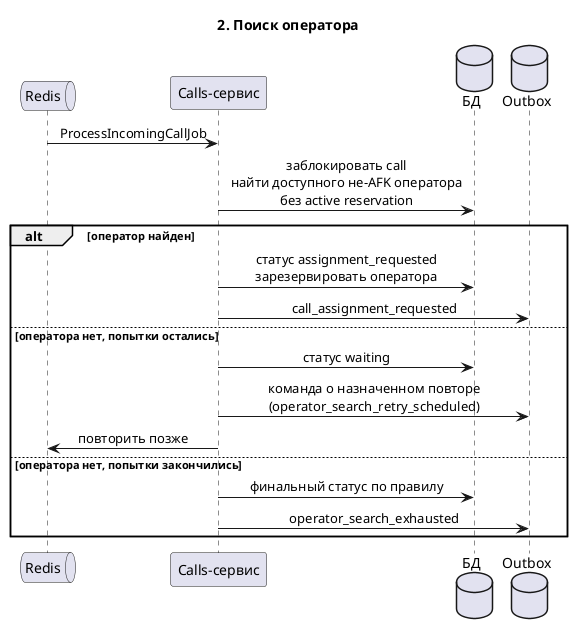
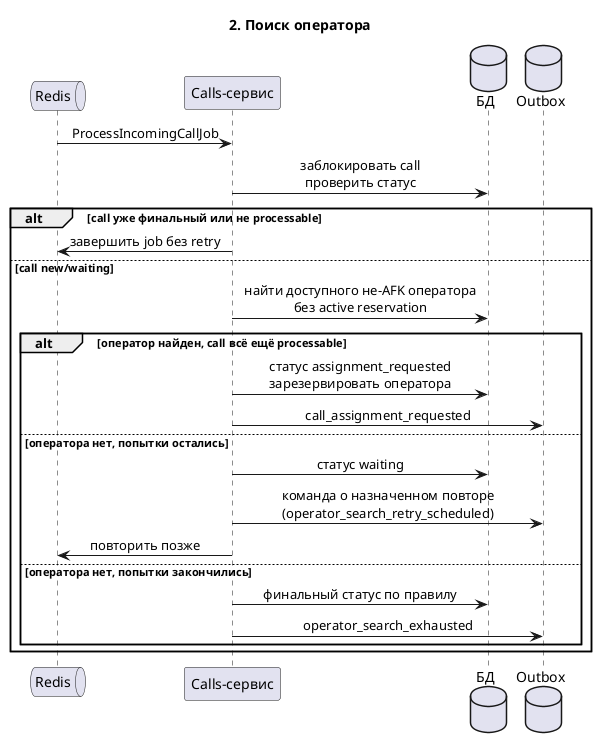
@startuml
title 2. Поиск оператора

skinparam sequenceMessageAlign center

queue Redis
participant "Calls-сервис" as Calls
database "БД" as DB
database Outbox

Redis -> Calls: ProcessIncomingCallJob
- Calls -> DB: заблокировать call\nнайти доступного не-AFK оператора\nбез active reservation
+ Calls -> DB: заблокировать call\nпроверить статус

- alt оператор найден
-     Calls -> DB: статус assignment_requested\nзарезервировать оператора
-     Calls -> Outbox: call_assignment_requested
- else оператора нет, попытки остались
-     Calls -> DB: статус waiting
-     Calls -> Outbox: команда о назначенном повторе\n(operator_search_retry_scheduled)
-     Calls -> Redis: повторить позже
- else оператора нет, попытки закончились
-     Calls -> DB: финальный статус по правилу
-     Calls -> Outbox: operator_search_exhausted
+ alt call уже финальный или не processable
+     Calls -> Redis: завершить job без retry
+ else call new/waiting
+     Calls -> DB: найти доступного не-AFK оператора\nбез active reservation
+     alt оператор найден, call всё ещё processable
+         Calls -> DB: статус assignment_requested\nзарезервировать оператора
+         Calls -> Outbox: call_assignment_requested
+     else оператора нет, попытки остались
+         Calls -> DB: статус waiting
+         Calls -> Outbox: команда о назначенном повторе\n(operator_search_retry_scheduled)
+         Calls -> Redis: повторить позже
+     else оператора нет, попытки закончились
+         Calls -> DB: финальный статус по правилу
+         Calls -> Outbox: operator_search_exhausted
+     end
end

@enduml
